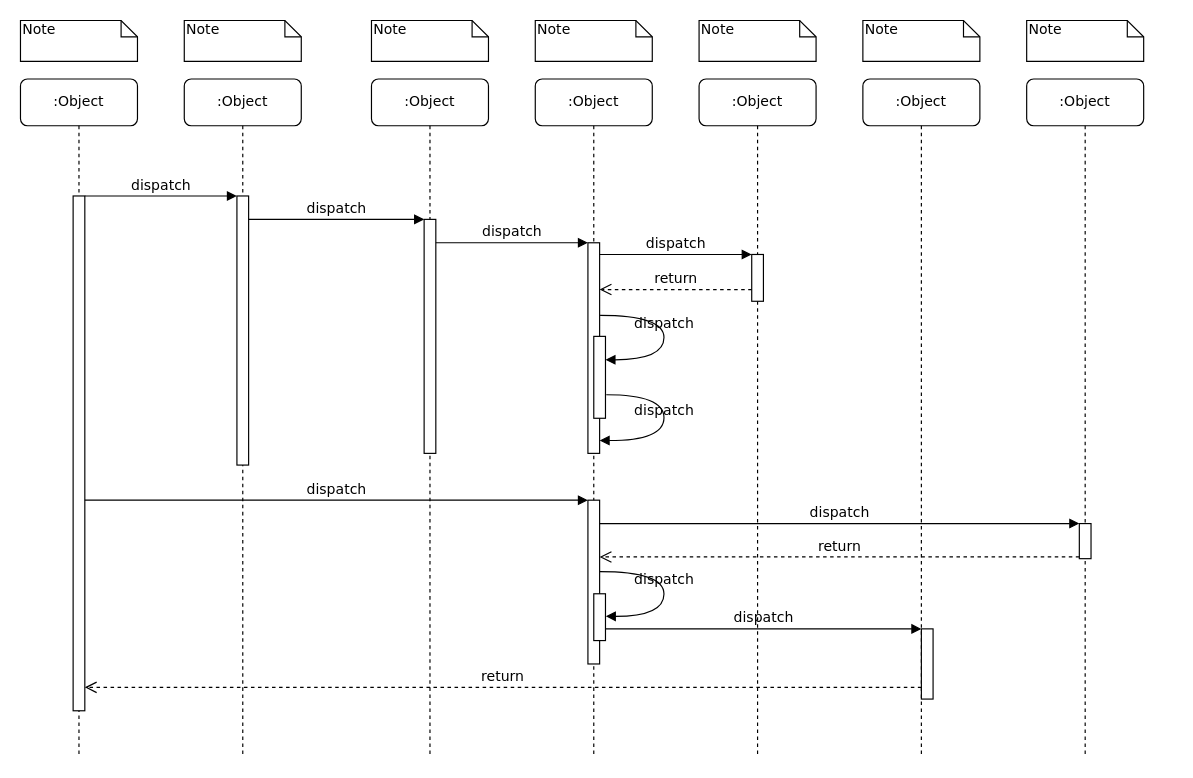
Earlier version of the draw.io diagram doc/未命名绘图.drawio (peter8015/future). Source tidied: cells renumbered, new cells numbered last; positions are measured from the earlier drawing's top-left corner, leaving out a move shared by most shapes. Both pictures are drawn from the tidied source at 117%, with x=0, y=0 at pixel (20, 20).
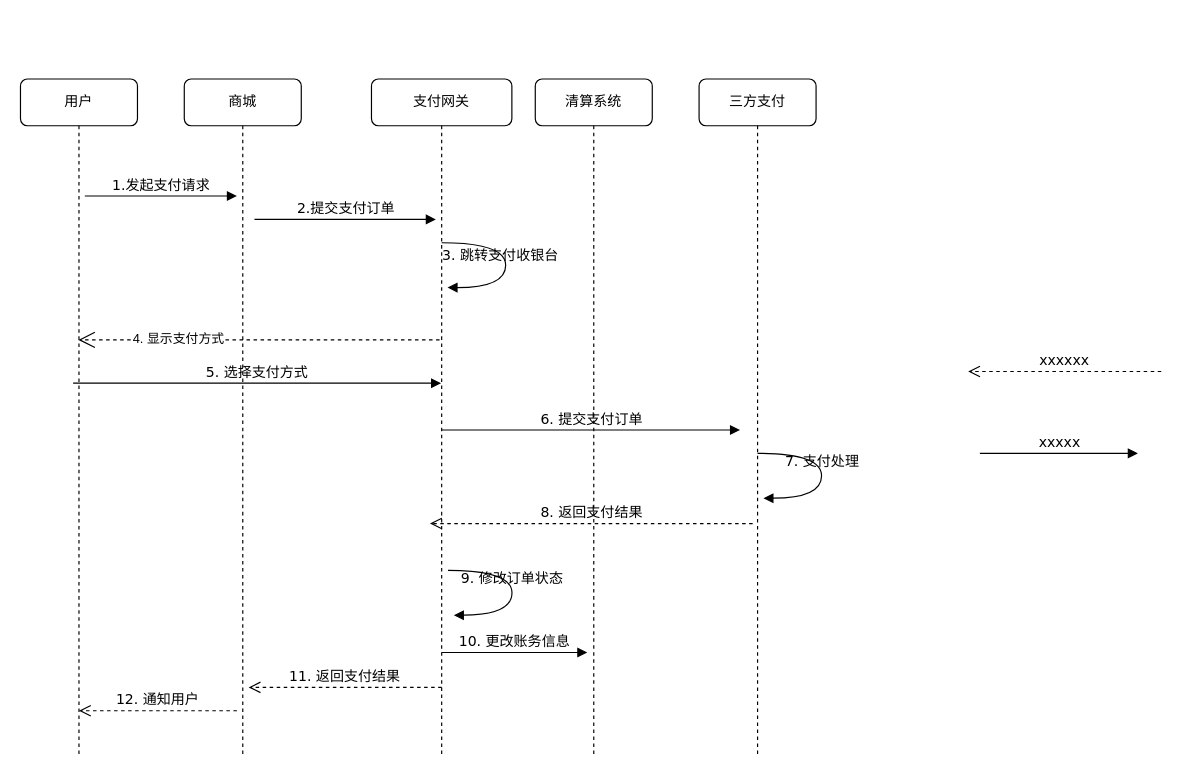
Above is the later version.

The edit, as a diff of the source:
```diff
@@
-    <mxCell id="2" value=":Object" style="shape=umlLifeline;perimeter=lifelinePerimeter;whiteSpace=wrap;html=1;rounded=1;shadow=0;comic=0;labelBackgroundColor=none;strokeWidth=1;fontFamily=Verdana;fontSize=12;align=center;" parent="1" vertex="1">
+    <mxCell id="2" value="商城" style="shape=umlLifeline;perimeter=lifelinePerimeter;whiteSpace=wrap;html=1;rounded=1;shadow=0;comic=0;labelBackgroundColor=none;strokeWidth=1;fontFamily=Verdana;fontSize=12;align=center;" parent="1" vertex="1">
       <mxGeometry x="140" y="50" width="100" height="580" as="geometry" />
     </mxCell>
-    <mxCell id="3" style="html=1;points=[];perimeter=orthogonalPerimeter;rounded=0;shadow=0;comic=0;labelBackgroundColor=none;strokeWidth=1;fontFamily=Verdana;fontSize=12;align=center;" parent="2" vertex="1">
-      <mxGeometry x="45" y="100" width="10" height="230" as="geometry" />
-    </mxCell>
+    <mxCell id="39" value="11. 返回支付结果" style="html=1;verticalAlign=bottom;endArrow=open;dashed=1;endSize=8;labelBackgroundColor=none;fontFamily=Verdana;fontSize=12;edgeStyle=elbowEdgeStyle;elbow=vertical;" parent="2" edge="1">
+      <mxGeometry relative="1" as="geometry">
+        <mxPoint x="220" y="520" as="sourcePoint" />
+        <mxPoint x="55" y="520" as="targetPoint" />
+        <Array as="points">
+          <mxPoint x="135" y="520" />
+        </Array>
+      </mxGeometry>
+    </mxCell>
-    <mxCell id="4" value=":Object" style="shape=umlLifeline;perimeter=lifelinePerimeter;whiteSpace=wrap;html=1;outlineConnect=0;rounded=1;shadow=0;comic=0;labelBackgroundColor=none;strokeWidth=1;fontFamily=Verdana;fontSize=12;align=center;" parent="1" vertex="1">
-      <mxGeometry x="300" y="50" width="100" height="580" as="geometry" />
+    <mxCell id="4" value="支付网关" style="shape=umlLifeline;perimeter=lifelinePerimeter;whiteSpace=wrap;html=1;outlineConnect=0;rounded=1;shadow=0;comic=0;labelBackgroundColor=none;strokeWidth=1;fontFamily=Verdana;fontSize=12;align=center;" parent="1" vertex="1">
+      <mxGeometry x="300" y="50" width="120" height="580" as="geometry" />
     </mxCell>
-    <mxCell id="5" style="html=1;points=[];perimeter=orthogonalPerimeter;rounded=0;shadow=0;comic=0;labelBackgroundColor=none;strokeWidth=1;fontFamily=Verdana;fontSize=12;align=center;" parent="4" vertex="1">
-      <mxGeometry x="45" y="120" width="10" height="200" as="geometry" />
-    </mxCell>
+    <mxCell id="40" value="6. 提交支付订单" style="html=1;verticalAlign=bottom;endArrow=block;labelBackgroundColor=none;fontFamily=Verdana;fontSize=12;edgeStyle=elbowEdgeStyle;elbow=vertical;" parent="4" edge="1">
+      <mxGeometry relative="1" as="geometry">
+        <mxPoint x="60" y="300" as="sourcePoint" />
+        <mxPoint x="315" y="300" as="targetPoint" />
+        <Array as="points">
+          <mxPoint x="65" y="300" />
+        </Array>
+      </mxGeometry>
+    </mxCell>
+    <mxCell id="41" value="3. 跳转支付收银台" style="html=1;verticalAlign=bottom;endArrow=block;labelBackgroundColor=none;fontFamily=Verdana;fontSize=12;elbow=vertical;edgeStyle=orthogonalEdgeStyle;curved=1;entryX=1;entryY=0.286;entryPerimeter=0;exitX=1.038;exitY=0.345;exitPerimeter=0;" parent="4" edge="1">
+      <mxGeometry x="0.05" y="-5" relative="1" as="geometry">
+        <mxPoint x="60" y="140" as="sourcePoint" />
+        <mxPoint x="65" y="178.3" as="targetPoint" />
+        <Array as="points">
+          <mxPoint x="114.7" y="140" />
+          <mxPoint x="114.7" y="178" />
+        </Array>
+      </mxGeometry>
+    </mxCell>
+    <mxCell id="31" value="9. 修改订单状态" style="html=1;verticalAlign=bottom;endArrow=block;labelBackgroundColor=none;fontFamily=Verdana;fontSize=12;elbow=vertical;edgeStyle=orthogonalEdgeStyle;curved=1;entryX=1;entryY=0.286;entryPerimeter=0;exitX=1.038;exitY=0.345;exitPerimeter=0;" parent="4" edge="1">
+      <mxGeometry relative="1" as="geometry">
+        <mxPoint x="65.4" y="420" as="sourcePoint" />
+        <mxPoint x="70.4" y="458.3" as="targetPoint" />
+        <Array as="points">
+          <mxPoint x="120.1" y="420" />
+          <mxPoint x="120.1" y="458" />
+        </Array>
+      </mxGeometry>
+    </mxCell>
+    <mxCell id="42" value="10. 更改账务信息" style="html=1;verticalAlign=bottom;endArrow=block;labelBackgroundColor=none;fontFamily=Verdana;fontSize=12;edgeStyle=elbowEdgeStyle;elbow=horizontal;" parent="4" edge="1">
+      <mxGeometry relative="1" as="geometry">
+        <mxPoint x="60" y="490.2" as="sourcePoint" />
+        <mxPoint x="184.5" y="490.2" as="targetPoint" />
+      </mxGeometry>
+    </mxCell>
-    <mxCell id="6" value=":Object" style="shape=umlLifeline;perimeter=lifelinePerimeter;whiteSpace=wrap;html=1;rounded=1;shadow=0;comic=0;labelBackgroundColor=none;strokeWidth=1;fontFamily=Verdana;fontSize=12;align=center;" parent="1" vertex="1">
+    <mxCell id="6" value="清算系统" style="shape=umlLifeline;perimeter=lifelinePerimeter;whiteSpace=wrap;html=1;rounded=1;shadow=0;comic=0;labelBackgroundColor=none;strokeWidth=1;fontFamily=Verdana;fontSize=12;align=center;" parent="1" vertex="1">
       <mxGeometry x="440" y="50" width="100" height="580" as="geometry" />
     </mxCell>
-    <mxCell id="7" value=":Object" style="shape=umlLifeline;perimeter=lifelinePerimeter;whiteSpace=wrap;html=1;rounded=1;shadow=0;comic=0;labelBackgroundColor=none;strokeWidth=1;fontFamily=Verdana;fontSize=12;align=center;" parent="1" vertex="1">
+    <mxCell id="7" value="三方支付" style="shape=umlLifeline;perimeter=lifelinePerimeter;whiteSpace=wrap;html=1;rounded=1;shadow=0;comic=0;labelBackgroundColor=none;strokeWidth=1;fontFamily=Verdana;fontSize=12;align=center;" parent="1" vertex="1">
       <mxGeometry x="580" y="50" width="100" height="580" as="geometry" />
     </mxCell>
-    <mxCell id="8" value=":Object" style="shape=umlLifeline;perimeter=lifelinePerimeter;whiteSpace=wrap;html=1;rounded=1;shadow=0;comic=0;labelBackgroundColor=none;strokeWidth=1;fontFamily=Verdana;fontSize=12;align=center;" parent="1" vertex="1">
-      <mxGeometry x="720" y="50" width="100" height="580" as="geometry" />
-    </mxCell>
-    <mxCell id="9" value=":Object" style="shape=umlLifeline;perimeter=lifelinePerimeter;whiteSpace=wrap;html=1;rounded=1;shadow=0;comic=0;labelBackgroundColor=none;strokeWidth=1;fontFamily=Verdana;fontSize=12;align=center;" parent="1" vertex="1">
-      <mxGeometry x="860" y="50" width="100" height="580" as="geometry" />
-    </mxCell>
+    <mxCell id="43" value="xxxxxx" style="html=1;verticalAlign=bottom;endArrow=open;dashed=1;endSize=8;labelBackgroundColor=none;fontFamily=Verdana;fontSize=12;edgeStyle=elbowEdgeStyle;elbow=horizontal;" parent="7" edge="1">
+      <mxGeometry relative="1" as="geometry">
+        <mxPoint x="395" y="250" as="sourcePoint" />
+        <mxPoint x="230" y="250" as="targetPoint" />
+        <Array as="points">
+          <mxPoint x="310" y="250" />
+        </Array>
+      </mxGeometry>
+    </mxCell>
+    <mxCell id="44" value="7. 支付处理" style="html=1;verticalAlign=bottom;endArrow=block;labelBackgroundColor=none;fontFamily=Verdana;fontSize=12;elbow=vertical;edgeStyle=orthogonalEdgeStyle;curved=1;entryX=1;entryY=0.286;entryPerimeter=0;exitX=1.038;exitY=0.345;exitPerimeter=0;" parent="7" edge="1">
+      <mxGeometry relative="1" as="geometry">
+        <mxPoint x="50" y="320" as="sourcePoint" />
+        <mxPoint x="55" y="358.3" as="targetPoint" />
+        <Array as="points">
+          <mxPoint x="104.7" y="320" />
+          <mxPoint x="104.7" y="358" />
+        </Array>
+      </mxGeometry>
+    </mxCell>
-    <mxCell id="10" value=":Object" style="shape=umlLifeline;perimeter=lifelinePerimeter;whiteSpace=wrap;html=1;outlineConnect=0;rounded=1;shadow=0;comic=0;labelBackgroundColor=none;strokeWidth=1;fontFamily=Verdana;fontSize=12;align=center;" parent="1" vertex="1">
+    <mxCell id="10" value="用户" style="shape=umlLifeline;perimeter=lifelinePerimeter;whiteSpace=wrap;html=1;outlineConnect=0;rounded=1;shadow=0;comic=0;labelBackgroundColor=none;strokeWidth=1;fontFamily=Verdana;fontSize=12;align=center;" parent="1" vertex="1">
       <mxGeometry y="50" width="100" height="580" as="geometry" />
     </mxCell>
-    <mxCell id="11" style="html=1;points=[];perimeter=orthogonalPerimeter;rounded=0;shadow=0;comic=0;labelBackgroundColor=none;strokeWidth=1;fontFamily=Verdana;fontSize=12;align=center;" parent="10" vertex="1">
-      <mxGeometry x="45" y="100" width="10" height="440" as="geometry" />
-    </mxCell>
-    <mxCell id="12" style="html=1;points=[];perimeter=orthogonalPerimeter;rounded=0;shadow=0;comic=0;labelBackgroundColor=none;strokeWidth=1;fontFamily=Verdana;fontSize=12;align=center;" parent="1" vertex="1">
-      <mxGeometry x="485" y="190" width="10" height="180" as="geometry" />
-    </mxCell>
-    <mxCell id="13" value="dispatch" style="html=1;verticalAlign=bottom;endArrow=block;labelBackgroundColor=none;fontFamily=Verdana;fontSize=12;edgeStyle=elbowEdgeStyle;elbow=vertical;" parent="1" edge="1" source="5" target="12">
-      <mxGeometry relative="1" as="geometry">
-        <Array as="points">
-          <mxPoint x="360" y="190" />
-        </Array>
-      </mxGeometry>
-    </mxCell>
-    <mxCell id="14" style="html=1;points=[];perimeter=orthogonalPerimeter;rounded=0;shadow=0;comic=0;labelBackgroundColor=none;strokeWidth=1;fontFamily=Verdana;fontSize=12;align=center;" parent="1" vertex="1">
-      <mxGeometry x="625" y="200" width="10" height="40" as="geometry" />
-    </mxCell>
-    <mxCell id="15" value="dispatch" style="html=1;verticalAlign=bottom;endArrow=block;entryX=0;entryY=0;labelBackgroundColor=none;fontFamily=Verdana;fontSize=12;edgeStyle=elbowEdgeStyle;elbow=vertical;" parent="1" edge="1" source="12" target="14">
-      <mxGeometry relative="1" as="geometry" />
-    </mxCell>
-    <mxCell id="16" value="return" style="html=1;verticalAlign=bottom;endArrow=open;dashed=1;endSize=8;labelBackgroundColor=none;fontFamily=Verdana;fontSize=12;edgeStyle=elbowEdgeStyle;elbow=vertical;" parent="1" edge="1" source="14" target="12">
-      <mxGeometry relative="1" as="geometry">
-        <Array as="points">
-          <mxPoint x="570" y="230" />
-          <mxPoint x="600" y="230" />
-        </Array>
-      </mxGeometry>
-    </mxCell>
-    <mxCell id="17" style="html=1;points=[];perimeter=orthogonalPerimeter;rounded=0;shadow=0;comic=0;labelBackgroundColor=none;strokeWidth=1;fontFamily=Verdana;fontSize=12;align=center;" parent="1" vertex="1">
-      <mxGeometry x="485" y="410" width="10" height="140" as="geometry" />
-    </mxCell>
-    <mxCell id="18" value="dispatch" style="html=1;verticalAlign=bottom;endArrow=block;entryX=0;entryY=0;labelBackgroundColor=none;fontFamily=Verdana;fontSize=12;" parent="1" edge="1" source="11" target="17">
-      <mxGeometry relative="1" as="geometry" />
-    </mxCell>
-    <mxCell id="19" style="html=1;points=[];perimeter=orthogonalPerimeter;rounded=0;shadow=0;comic=0;labelBackgroundColor=none;strokeColor=#000000;strokeWidth=1;fillColor=#FFFFFF;fontFamily=Verdana;fontSize=12;fontColor=#000000;align=center;" parent="1" vertex="1">
-      <mxGeometry x="905" y="430" width="10" height="30" as="geometry" />
-    </mxCell>
-    <mxCell id="20" value="dispatch" style="html=1;verticalAlign=bottom;endArrow=block;entryX=0;entryY=0;labelBackgroundColor=none;fontFamily=Verdana;fontSize=12;" parent="1" edge="1" source="17" target="19">
-      <mxGeometry relative="1" as="geometry" />
-    </mxCell>
-    <mxCell id="21" value="return" style="html=1;verticalAlign=bottom;endArrow=open;dashed=1;endSize=8;exitX=0;exitY=0.95;labelBackgroundColor=none;fontFamily=Verdana;fontSize=12;" parent="1" edge="1" source="19" target="17">
-      <mxGeometry relative="1" as="geometry" />
-    </mxCell>
-    <mxCell id="22" style="html=1;points=[];perimeter=orthogonalPerimeter;rounded=0;shadow=0;comic=0;labelBackgroundColor=none;strokeWidth=1;fontFamily=Verdana;fontSize=12;align=center;" parent="1" vertex="1">
-      <mxGeometry x="770" y="520" width="10" height="60" as="geometry" />
-    </mxCell>
-    <mxCell id="23" value="dispatch" style="html=1;verticalAlign=bottom;endArrow=block;entryX=0;entryY=0;labelBackgroundColor=none;fontFamily=Verdana;fontSize=12;edgeStyle=elbowEdgeStyle;elbow=vertical;" parent="1" edge="1" source="30" target="22">
-      <mxGeometry relative="1" as="geometry" />
-    </mxCell>
-    <mxCell id="24" value="return" style="html=1;verticalAlign=bottom;endArrow=open;dashed=1;endSize=8;labelBackgroundColor=none;fontFamily=Verdana;fontSize=12;edgeStyle=elbowEdgeStyle;elbow=vertical;" parent="1" edge="1" source="22" target="11">
-      <mxGeometry relative="1" as="geometry">
-        <Array as="points">
-          <mxPoint x="470" y="570" />
-        </Array>
-      </mxGeometry>
-    </mxCell>
+    <mxCell id="45" style="endArrow=open;endSize=12;dashed=1;html=1;rounded=0;exitX=0.325;exitY=0.7;exitDx=0;exitDy=0;exitPerimeter=0;" parent="10" edge="1" target="10">
+      <mxGeometry relative="1" as="geometry">
+        <mxPoint x="358.2" y="223" as="sourcePoint" />
+      </mxGeometry>
+    </mxCell>
+    <mxCell id="46" value="4. 显示支付方式" style="edgeLabel;html=1;align=center;verticalAlign=middle;" parent="45" vertex="1">
+      <mxGeometry x="0.45" y="-2" relative="1" as="geometry" />
+    </mxCell>
+    <mxCell id="47" value="5. 选择支付方式" style="html=1;verticalAlign=bottom;endArrow=block;labelBackgroundColor=none;fontFamily=Verdana;fontSize=12;edgeStyle=elbowEdgeStyle;elbow=vertical;" parent="10" edge="1" target="4">
+      <mxGeometry relative="1" as="geometry">
+        <mxPoint x="45" y="260" as="sourcePoint" />
+        <Array as="points">
+          <mxPoint x="50" y="260" />
+        </Array>
+      </mxGeometry>
+    </mxCell>
+    <mxCell id="48" value="12. 通知用户" style="html=1;verticalAlign=bottom;endArrow=open;dashed=1;endSize=8;labelBackgroundColor=none;fontFamily=Verdana;fontSize=12;edgeStyle=elbowEdgeStyle;elbow=vertical;" parent="10" edge="1">
+      <mxGeometry relative="1" as="geometry">
+        <mxPoint x="185" y="540" as="sourcePoint" />
+        <mxPoint x="50" y="540" as="targetPoint" />
+        <Array as="points">
+          <mxPoint x="130" y="540" />
+        </Array>
+      </mxGeometry>
+    </mxCell>
-    <mxCell id="25" value="dispatch" style="html=1;verticalAlign=bottom;endArrow=block;entryX=0;entryY=0;labelBackgroundColor=none;fontFamily=Verdana;fontSize=12;edgeStyle=elbowEdgeStyle;elbow=vertical;" parent="1" edge="1" source="11" target="3">
-      <mxGeometry relative="1" as="geometry" />
+    <mxCell id="25" value="1.发起支付请求" style="html=1;verticalAlign=bottom;endArrow=block;entryX=0;entryY=0;labelBackgroundColor=none;fontFamily=Verdana;fontSize=12;edgeStyle=elbowEdgeStyle;elbow=vertical;" parent="1" edge="1">
+      <mxGeometry relative="1" as="geometry">
+        <mxPoint x="55" y="150" as="sourcePoint" />
+        <mxPoint x="185" y="150" as="targetPoint" />
+      </mxGeometry>
     </mxCell>
-    <mxCell id="26" value="dispatch" style="html=1;verticalAlign=bottom;endArrow=block;entryX=0;entryY=0;labelBackgroundColor=none;fontFamily=Verdana;fontSize=12;edgeStyle=elbowEdgeStyle;elbow=vertical;" parent="1" edge="1" source="3" target="5">
-      <mxGeometry relative="1" as="geometry" />
+    <mxCell id="26" value="2.提交支付订单" style="html=1;verticalAlign=bottom;endArrow=block;entryX=0;entryY=0;labelBackgroundColor=none;fontFamily=Verdana;fontSize=12;edgeStyle=elbowEdgeStyle;elbow=vertical;" parent="1" edge="1">
+      <mxGeometry relative="1" as="geometry">
+        <mxPoint x="200" y="170" as="sourcePoint" />
+        <mxPoint x="355" y="170" as="targetPoint" />
+      </mxGeometry>
     </mxCell>
-    <mxCell id="27" style="html=1;points=[];perimeter=orthogonalPerimeter;rounded=0;shadow=0;comic=0;labelBackgroundColor=none;strokeWidth=1;fontFamily=Verdana;fontSize=12;align=center;" parent="1" vertex="1">
-      <mxGeometry x="490" y="270" width="10" height="70" as="geometry" />
-    </mxCell>
-    <mxCell id="28" value="dispatch" style="html=1;verticalAlign=bottom;endArrow=block;labelBackgroundColor=none;fontFamily=Verdana;fontSize=12;elbow=vertical;edgeStyle=orthogonalEdgeStyle;curved=1;entryX=1;entryY=0.286;entryPerimeter=0;exitX=1.038;exitY=0.345;exitPerimeter=0;" parent="1" edge="1" source="12" target="27">
-      <mxGeometry relative="1" as="geometry">
-        <Array as="points">
-          <mxPoint x="550" y="252" />
-          <mxPoint x="550" y="290" />
-        </Array>
-      </mxGeometry>
-    </mxCell>
-    <mxCell id="29" value="dispatch" style="html=1;verticalAlign=bottom;endArrow=block;labelBackgroundColor=none;fontFamily=Verdana;fontSize=12;elbow=vertical;edgeStyle=orthogonalEdgeStyle;curved=1;exitX=1.066;exitY=0.713;exitPerimeter=0;" parent="1" edge="1" source="27">
-      <mxGeometry relative="1" as="geometry">
-        <mxPoint x="495" y="359" as="targetPoint" />
-        <Array as="points">
-          <mxPoint x="550" y="320" />
-          <mxPoint x="550" y="359" />
-        </Array>
-      </mxGeometry>
-    </mxCell>
-    <mxCell id="30" style="html=1;points=[];perimeter=orthogonalPerimeter;rounded=0;shadow=0;comic=0;labelBackgroundColor=none;strokeWidth=1;fontFamily=Verdana;fontSize=12;align=center;" parent="1" vertex="1">
-      <mxGeometry x="490" y="490" width="10" height="40" as="geometry" />
-    </mxCell>
-    <mxCell id="31" value="dispatch" style="html=1;verticalAlign=bottom;endArrow=block;labelBackgroundColor=none;fontFamily=Verdana;fontSize=12;elbow=vertical;edgeStyle=orthogonalEdgeStyle;curved=1;entryX=1;entryY=0.286;entryPerimeter=0;exitX=1.038;exitY=0.345;exitPerimeter=0;" parent="1" edge="1">
-      <mxGeometry relative="1" as="geometry">
-        <mxPoint x="495.3" y="471" as="sourcePoint" />
-        <mxPoint x="500.3" y="509.3" as="targetPoint" />
-        <Array as="points">
-          <mxPoint x="550" y="471" />
-          <mxPoint x="550" y="509" />
-        </Array>
-      </mxGeometry>
-    </mxCell>
-    <mxCell id="32" value="Note" style="shape=note;whiteSpace=wrap;html=1;size=14;verticalAlign=top;align=left;spacingTop=-6;rounded=0;shadow=0;comic=0;labelBackgroundColor=none;strokeWidth=1;fontFamily=Verdana;fontSize=12;" parent="1" vertex="1">
-      <mxGeometry width="100" height="35" as="geometry" />
-    </mxCell>
-    <mxCell id="33" value="Note" style="shape=note;whiteSpace=wrap;html=1;size=14;verticalAlign=top;align=left;spacingTop=-6;rounded=0;shadow=0;comic=0;labelBackgroundColor=none;strokeWidth=1;fontFamily=Verdana;fontSize=12;" parent="1" vertex="1">
-      <mxGeometry x="140" width="100" height="35" as="geometry" />
-    </mxCell>
-    <mxCell id="34" value="Note" style="shape=note;whiteSpace=wrap;html=1;size=14;verticalAlign=top;align=left;spacingTop=-6;rounded=0;shadow=0;comic=0;labelBackgroundColor=none;strokeWidth=1;fontFamily=Verdana;fontSize=12;" parent="1" vertex="1">
-      <mxGeometry x="300" width="100" height="35" as="geometry" />
-    </mxCell>
-    <mxCell id="35" value="Note" style="shape=note;whiteSpace=wrap;html=1;size=14;verticalAlign=top;align=left;spacingTop=-6;rounded=0;shadow=0;comic=0;labelBackgroundColor=none;strokeWidth=1;fontFamily=Verdana;fontSize=12;" parent="1" vertex="1">
-      <mxGeometry x="440" width="100" height="35" as="geometry" />
-    </mxCell>
-    <mxCell id="36" value="Note" style="shape=note;whiteSpace=wrap;html=1;size=14;verticalAlign=top;align=left;spacingTop=-6;rounded=0;shadow=0;comic=0;labelBackgroundColor=none;strokeWidth=1;fontFamily=Verdana;fontSize=12;" parent="1" vertex="1">
-      <mxGeometry x="580" width="100" height="35" as="geometry" />
-    </mxCell>
-    <mxCell id="37" value="Note" style="shape=note;whiteSpace=wrap;html=1;size=14;verticalAlign=top;align=left;spacingTop=-6;rounded=0;shadow=0;comic=0;labelBackgroundColor=none;strokeWidth=1;fontFamily=Verdana;fontSize=12;" parent="1" vertex="1">
-      <mxGeometry x="720" width="100" height="35" as="geometry" />
-    </mxCell>
-    <mxCell id="38" value="Note" style="shape=note;whiteSpace=wrap;html=1;size=14;verticalAlign=top;align=left;spacingTop=-6;rounded=0;shadow=0;comic=0;labelBackgroundColor=none;strokeWidth=1;fontFamily=Verdana;fontSize=12;" parent="1" vertex="1">
-      <mxGeometry x="860" width="100" height="35" as="geometry" />
-    </mxCell>
+    <mxCell id="49" value="xxxxx" style="html=1;verticalAlign=bottom;endArrow=block;entryX=0;entryY=0;labelBackgroundColor=none;fontFamily=Verdana;fontSize=12;edgeStyle=elbowEdgeStyle;elbow=vertical;" parent="1" edge="1">
+      <mxGeometry relative="1" as="geometry">
+        <mxPoint x="820" y="370" as="sourcePoint" />
+        <mxPoint x="955" y="370" as="targetPoint" />
+      </mxGeometry>
+    </mxCell>
+    <mxCell id="50" value="8. 返回支付结果" style="html=1;verticalAlign=bottom;endArrow=open;dashed=1;endSize=8;labelBackgroundColor=none;fontFamily=Verdana;fontSize=12;edgeStyle=elbowEdgeStyle;elbow=horizontal;" parent="1" edge="1">
+      <mxGeometry relative="1" as="geometry">
+        <mxPoint x="625.8" y="430" as="sourcePoint" />
+        <mxPoint x="350" y="430" as="targetPoint" />
+      </mxGeometry>
+    </mxCell>
```
